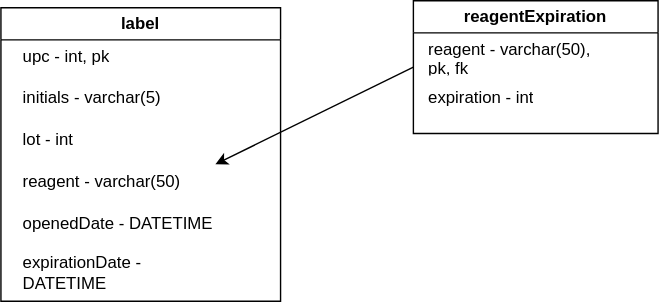
This is uml.drawio.svg from sarrodri/reagent-management-app, a draw.io export, as it was before one commit. Source tidied: cells renumbered, new cells last; positions are measured from the earlier drawing's top-left corner, leaving out a move shared by most shapes.
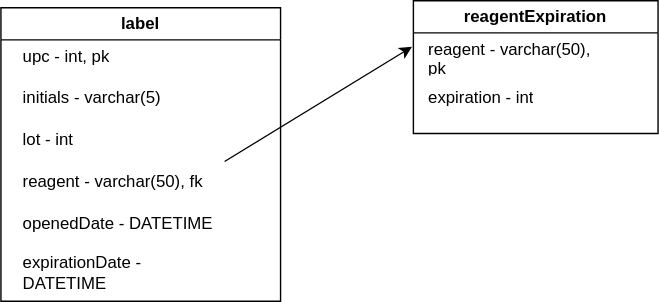
After the commit.

The edit, as a diff of the source:
```diff
@@ -2,7 +2,7 @@
   <root>
     <mxCell id="0" />
     <mxCell id="1" parent="0" />
-    <mxCell id="2" value="reagent - varchar(50)" style="text;strokeColor=none;fillColor=none;align=left;verticalAlign=middle;spacingLeft=4;spacingRight=4;overflow=hidden;points=[[0,0.5],[1,0.5]];portConstraint=eastwest;whiteSpace=wrap;html=1;" parent="1" vertex="1">
+    <mxCell id="2" value="reagent - varchar(50), fk" style="text;strokeColor=none;fillColor=none;align=left;verticalAlign=middle;spacingLeft=4;spacingRight=4;overflow=hidden;points=[[0,0.5],[1,0.5]];portConstraint=eastwest;whiteSpace=wrap;html=1;" parent="1" vertex="1">
       <mxGeometry x="10" y="115" width="140" height="30" as="geometry" />
     </mxCell>
     <mxCell id="3" value="openedDate - DATETIME" style="text;strokeColor=none;fillColor=none;align=left;verticalAlign=middle;spacingLeft=4;spacingRight=4;overflow=hidden;whiteSpace=wrap;html=1;" parent="1" vertex="1">
@@ -23,13 +23,15 @@
     <mxCell id="8" value="label" style="swimlane;whiteSpace=wrap;html=1;" parent="1" vertex="1">
       <mxGeometry y="5" width="200" height="210" as="geometry" />
     </mxCell>
-    <mxCell id="9" style="edgeStyle=none;html=1;exitX=0;exitY=0.5;exitDx=0;exitDy=0;entryX=1.024;entryY=0.067;entryDx=0;entryDy=0;entryPerimeter=0;" parent="1" edge="1" source="10" target="2">
-      <mxGeometry relative="1" as="geometry" />
+    <mxCell id="9" style="edgeStyle=none;html=1;entryX=-0.043;entryY=0.267;entryDx=0;entryDy=0;entryPerimeter=0;" parent="1" edge="1" target="11">
+      <mxGeometry relative="1" as="geometry">
+        <mxPoint x="160" y="115" as="sourcePoint" />
+      </mxGeometry>
     </mxCell>
     <mxCell id="10" value="reagentExpiration" style="swimlane;whiteSpace=wrap;html=1;" parent="1" vertex="1">
       <mxGeometry x="295" width="175" height="95" as="geometry" />
     </mxCell>
-    <mxCell id="11" value="reagent - varchar(50),&amp;nbsp; pk, fk" style="text;strokeColor=none;fillColor=none;align=left;verticalAlign=middle;spacingLeft=4;spacingRight=4;overflow=hidden;points=[[0,0.5],[1,0.5]];portConstraint=eastwest;whiteSpace=wrap;html=1;" parent="10" vertex="1">
+    <mxCell id="11" value="reagent - varchar(50),&amp;nbsp; pk" style="text;strokeColor=none;fillColor=none;align=left;verticalAlign=middle;spacingLeft=4;spacingRight=4;overflow=hidden;points=[[0,0.5],[1,0.5]];portConstraint=eastwest;whiteSpace=wrap;html=1;" parent="10" vertex="1">
       <mxGeometry x="5" y="25" width="140" height="30" as="geometry" />
     </mxCell>
     <mxCell id="12" value="expiration - int&amp;nbsp;" style="text;strokeColor=none;fillColor=none;align=left;verticalAlign=middle;spacingLeft=4;spacingRight=4;overflow=hidden;whiteSpace=wrap;html=1;" parent="10" vertex="1">
```
